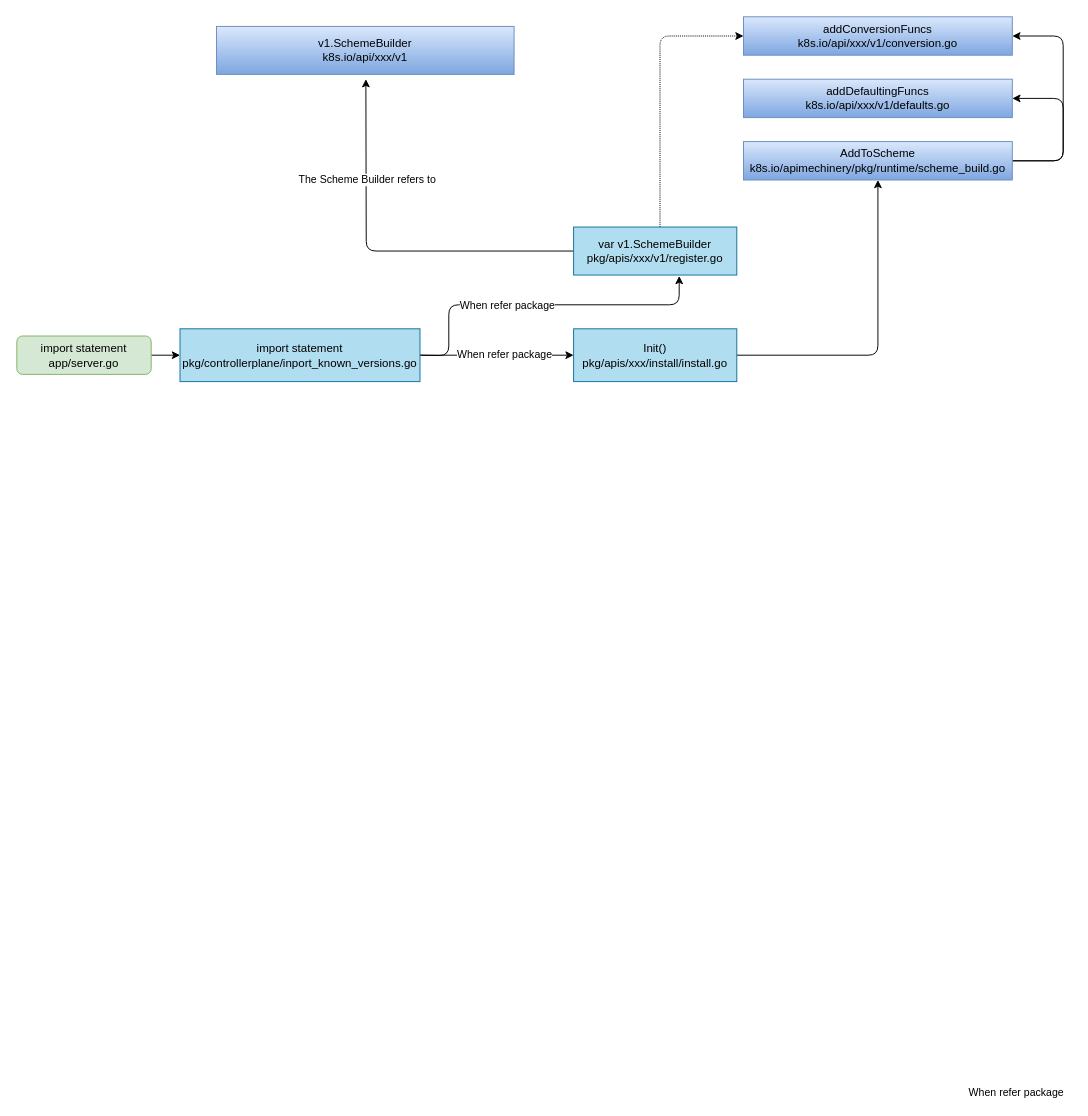
brook-w/image-hosting keeps this draw.io diagram as k8s/xmind/api-server-scheme.drawio. Above is the earlier version. Source tidied: cells renumbered, new cells numbered last; positions are measured from the earlier drawing's top-left corner, leaving out a move shared by most shapes. Both pictures are drawn from the tidied source at 96%, with x=0, y=0 at pixel (16, 16).
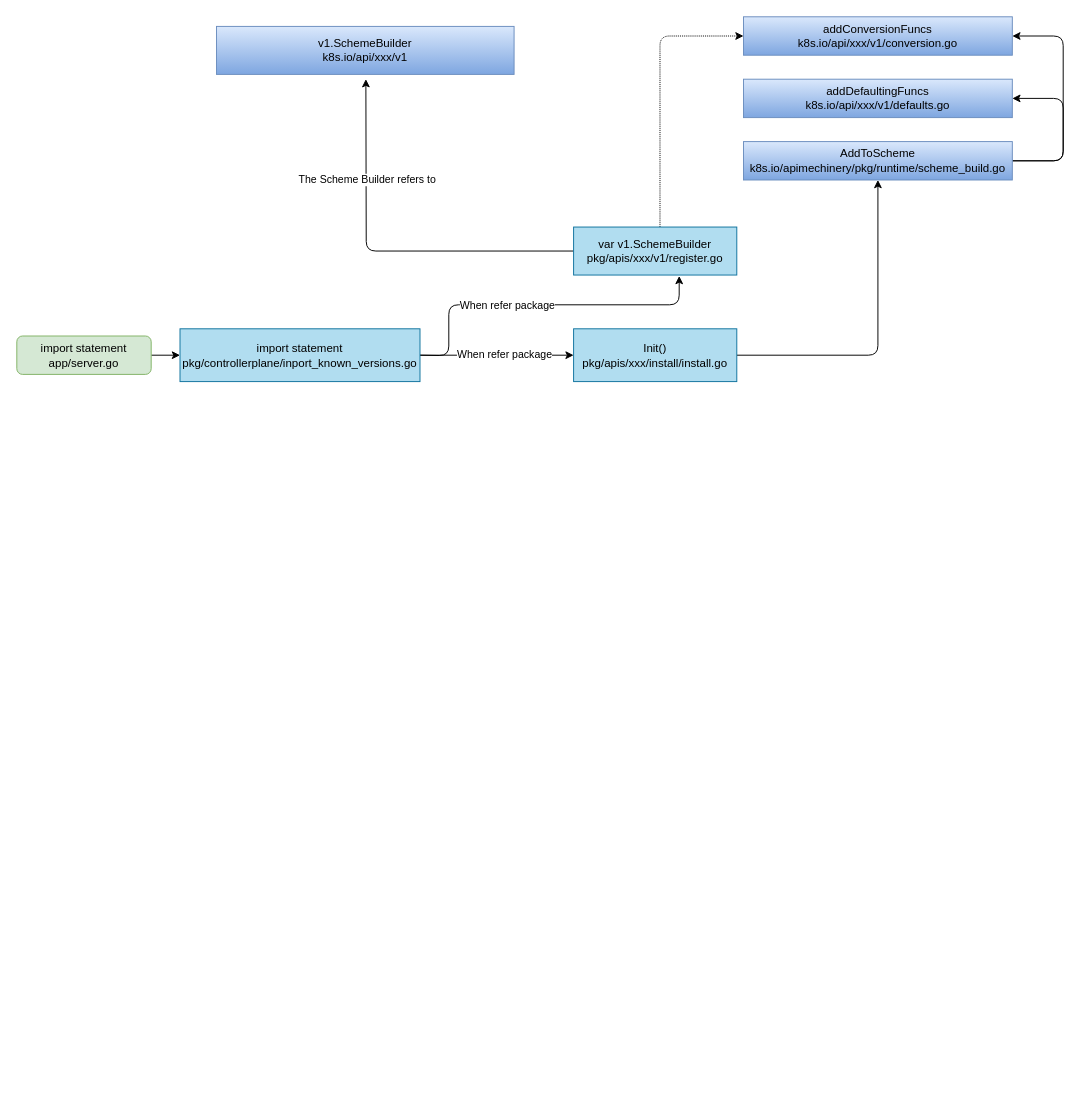
After the change.

The change refers to these unchanged cells:
```xml
<mxCell id="6" style="edgeStyle=none;html=1;exitX=1;exitY=0.5;exitDx=0;exitDy=0;" parent="1" edge="1" source="8">
  <mxGeometry relative="1" as="geometry">
    <mxPoint x="690" y="270" as="targetPoint" />
    <Array as="points">
      <mxPoint x="450" y="353" />
      <mxPoint x="450" y="300" />
      <mxPoint x="690" y="300" />
    </Array>
  </mxGeometry>
</mxCell>
```

Diff of the diagram source:
```diff
@@
-    <mxCell id="7" value="When refer package" style="edgeLabel;html=1;align=center;verticalAlign=middle;" parent="6" vertex="1">
-      <mxGeometry x="0.38" y="2" relative="1" as="geometry">
-        <mxPoint x="430" y="822" as="offset" />
-      </mxGeometry>
-    </mxCell>
```
